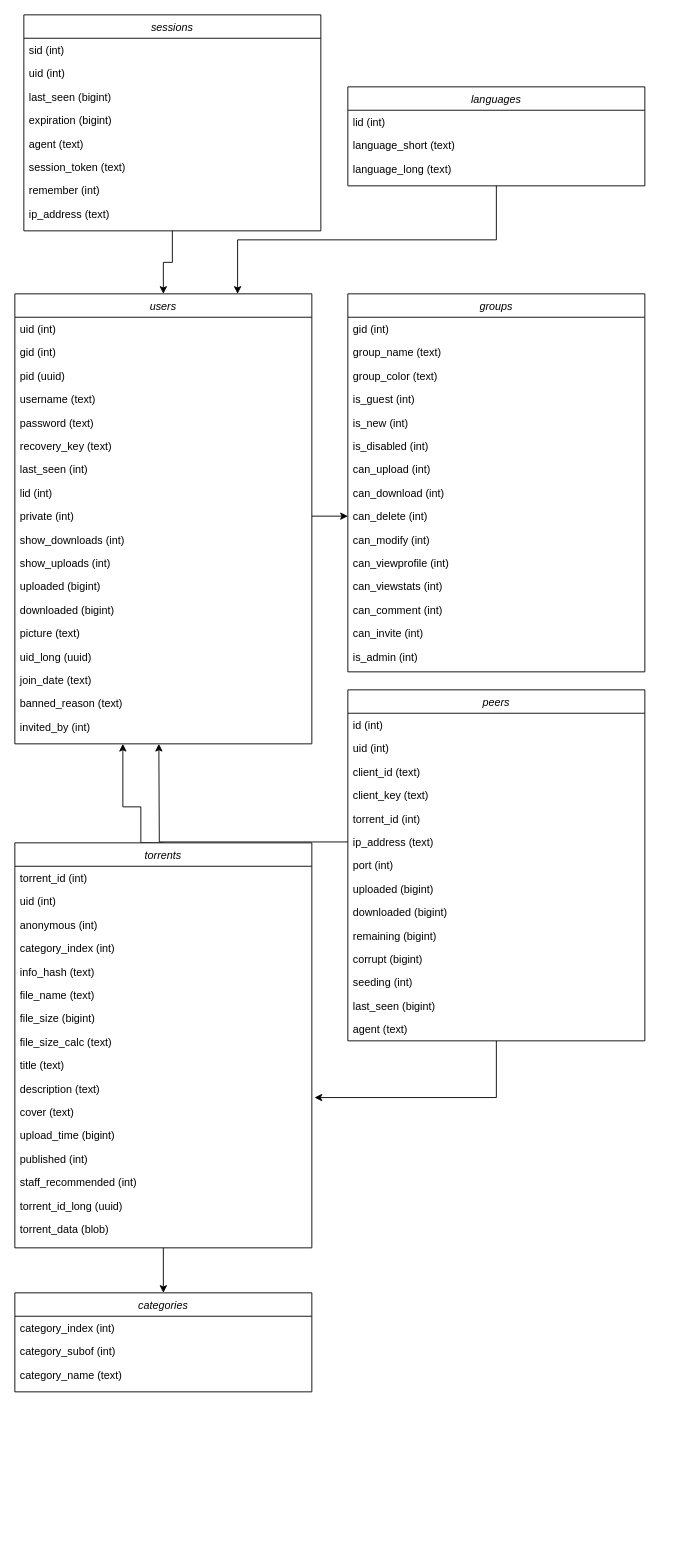
The draw.io diagram docs/diagrams/database_diagram.drawio in jackrdavies2023/jrd15_MP_AberDock_BitTorrent, before the edit. Source tidied: cells renumbered, new cells numbered last; positions are measured from the earlier drawing's top-left corner, leaving out a move shared by most shapes. Both pictures are drawn from the tidied source at 90%, with x=0, y=0 at pixel (14, 14).
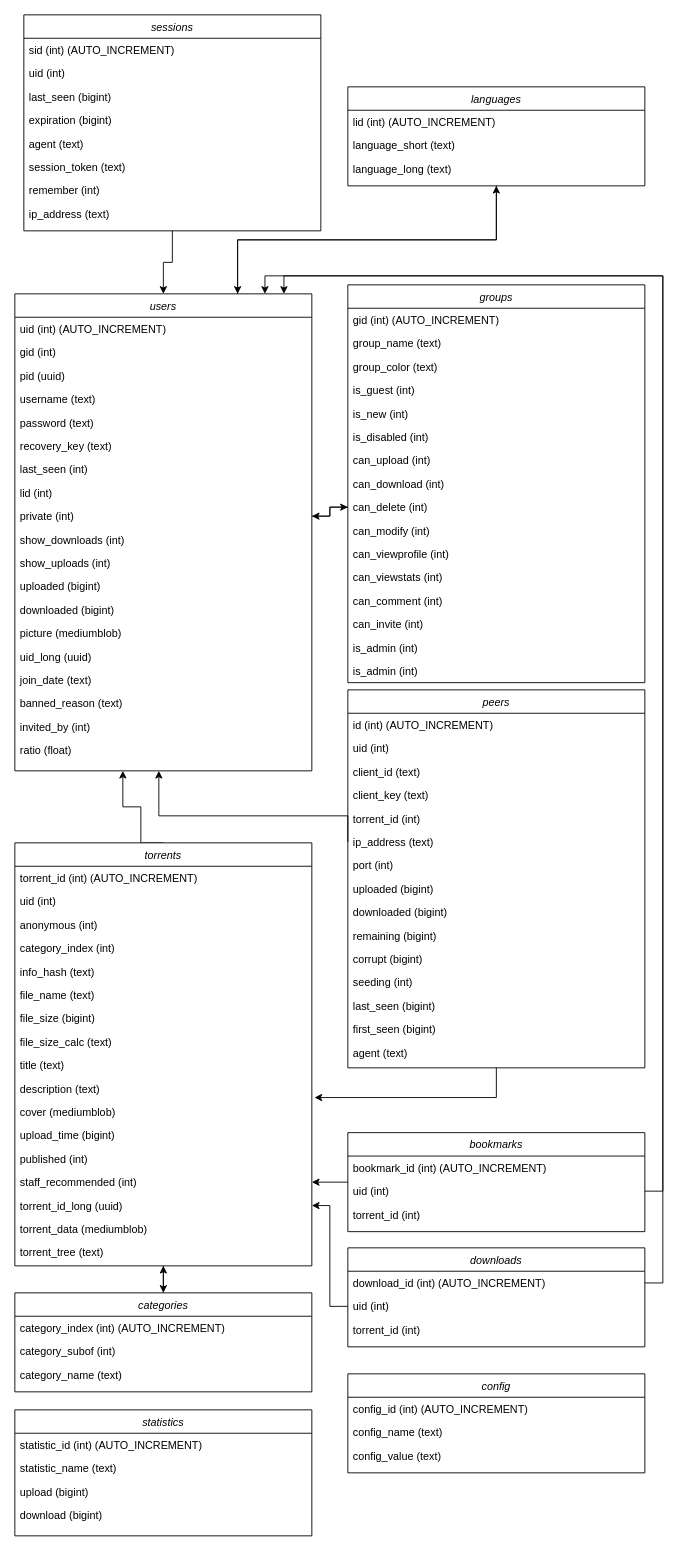
The same diagram, later.

Commit message (it also covers changes not shown here):
Update database diagram

Unchanged cells that the change refers to:
```xml
<mxCell id="11" value="private (int)" style="text;align=left;verticalAlign=top;spacingLeft=4;spacingRight=4;overflow=hidden;points=[[0,0.5],[1,0.5]];portConstraint=eastwest;rounded=0;shadow=0;html=0;" parent="2" vertex="1">
  <mxGeometry y="234" width="330" height="26" as="geometry" />
</mxCell>
<mxCell id="30" value="can_delete (int)" style="text;align=left;verticalAlign=top;spacingLeft=4;spacingRight=4;overflow=hidden;points=[[0,0.5],[1,0.5]];portConstraint=eastwest;rounded=0;shadow=0;html=0;" parent="21" vertex="1">
  <mxGeometry y="234" width="330" height="26" as="geometry" />
</mxCell>
<mxCell id="45" value="ip_address (text)" style="text;align=left;verticalAlign=top;spacingLeft=4;spacingRight=4;overflow=hidden;points=[[0,0.5],[1,0.5]];portConstraint=eastwest;rounded=0;shadow=0;html=0;" parent="39" vertex="1">
  <mxGeometry y="156" width="330" height="26" as="geometry" />
</mxCell>
<mxCell id="71" value="staff_recommended (int)" style="text;align=left;verticalAlign=top;spacingLeft=4;spacingRight=4;overflow=hidden;points=[[0,0.5],[1,0.5]];portConstraint=eastwest;rounded=0;shadow=0;html=0;" parent="57" vertex="1">
  <mxGeometry y="364" width="330" height="26" as="geometry" />
</mxCell>
<mxCell id="72" value="torrent_id_long (uuid)" style="text;align=left;verticalAlign=top;spacingLeft=4;spacingRight=4;overflow=hidden;points=[[0,0.5],[1,0.5]];portConstraint=eastwest;rounded=0;shadow=0;html=0;" parent="57" vertex="1">
  <mxGeometry y="390" width="330" height="26" as="geometry" />
</mxCell>
<mxCell id="75" value="sessions" style="swimlane;fontStyle=2;align=center;verticalAlign=top;horizontal=1;startSize=26;rounded=0;shadow=0;strokeWidth=1;" parent="1" vertex="1">
  <mxGeometry x="10" width="330" height="240" as="geometry" />
</mxCell>
<mxCell id="85" value="languages" style="swimlane;fontStyle=2;align=center;verticalAlign=top;horizontal=1;startSize=26;rounded=0;shadow=0;strokeWidth=1;" parent="1" vertex="1">
  <mxGeometry x="370" y="80" width="330" height="110" as="geometry" />
</mxCell>
<mxCell id="89" value="categories" style="swimlane;fontStyle=2;align=center;verticalAlign=top;horizontal=1;startSize=26;rounded=0;shadow=0;strokeWidth=1;" parent="1" vertex="1">
  <mxGeometry y="1420" width="330" height="110" as="geometry" />
</mxCell>
```

What changed in the source:
```diff
@@
+    <mxCell id="84" style="edgeStyle=orthogonalEdgeStyle;rounded=0;jettySize=auto;html=1;exitX=0.5;exitY=1;exitDx=0;exitDy=0;entryX=0.75;entryY=0;entryDx=0;entryDy=0;" parent="1" edge="1" source="85" target="2">
+      <mxGeometry relative="1" as="geometry" />
+    </mxCell>
     <mxCell id="2" value="users" style="swimlane;fontStyle=2;align=center;verticalAlign=top;horizontal=1;startSize=26;rounded=0;shadow=0;strokeWidth=1;" parent="1" vertex="1">
-      <mxGeometry y="310" width="330" height="500" as="geometry" />
+      <mxGeometry y="310" width="330" height="530" as="geometry" />
     </mxCell>
-    <mxCell id="3" value="uid (int)" style="text;align=left;verticalAlign=top;spacingLeft=4;spacingRight=4;overflow=hidden;" parent="2" vertex="1">
+    <mxCell id="3" value="uid (int) (AUTO_INCREMENT)" style="text;align=left;verticalAlign=top;spacingLeft=4;spacingRight=4;overflow=hidden;" parent="2" vertex="1">
       <mxGeometry y="26" width="330" height="26" as="geometry" />
     </mxCell>
@@
-    <mxCell id="16" value="picture (text)" style="text;align=left;verticalAlign=top;spacingLeft=4;spacingRight=4;overflow=hidden;rounded=0;shadow=0;html=0;" parent="2" vertex="1">
+    <mxCell id="16" value="picture (mediumblob)" style="text;align=left;verticalAlign=top;spacingLeft=4;spacingRight=4;overflow=hidden;rounded=0;shadow=0;html=0;" parent="2" vertex="1">
       <mxGeometry y="364" width="330" height="26" as="geometry" />
     </mxCell>
@@
+    <mxCell id="93" value="ratio (float)" style="text;align=left;verticalAlign=top;spacingLeft=4;spacingRight=4;overflow=hidden;rounded=0;shadow=0;html=0;" parent="2" vertex="1">
+      <mxGeometry y="494" width="330" height="26" as="geometry" />
+    </mxCell>
     <mxCell id="21" value="groups" style="swimlane;fontStyle=2;align=center;verticalAlign=top;horizontal=1;startSize=26;rounded=0;shadow=0;strokeWidth=1;" parent="1" vertex="1">
-      <mxGeometry x="370" y="310" width="330" height="420" as="geometry" />
+      <mxGeometry x="370" y="300" width="330" height="442" as="geometry" />
     </mxCell>
-    <mxCell id="22" value="gid (int)" style="text;align=left;verticalAlign=top;spacingLeft=4;spacingRight=4;overflow=hidden;rounded=0;shadow=0;html=0;" parent="21" vertex="1">
+    <mxCell id="22" value="gid (int) (AUTO_INCREMENT)" style="text;align=left;verticalAlign=top;spacingLeft=4;spacingRight=4;overflow=hidden;rounded=0;shadow=0;html=0;" parent="21" vertex="1">
       <mxGeometry y="26" width="330" height="26" as="geometry" />
     </mxCell>
@@
+    <mxCell id="94" value="is_admin (int)" style="text;align=left;verticalAlign=top;spacingLeft=4;spacingRight=4;overflow=hidden;rounded=0;shadow=0;html=0;" parent="21" vertex="1">
+      <mxGeometry y="416" width="330" height="26" as="geometry" />
+    </mxCell>
@@
     <mxCell id="39" value="peers" style="swimlane;fontStyle=2;align=center;verticalAlign=top;horizontal=1;startSize=26;rounded=0;shadow=0;strokeWidth=1;" parent="1" vertex="1">
-      <mxGeometry x="370" y="750" width="330" height="390" as="geometry" />
+      <mxGeometry x="370" y="750" width="330" height="420" as="geometry" />
     </mxCell>
-    <mxCell id="40" value="id (int)" style="text;align=left;verticalAlign=top;spacingLeft=4;spacingRight=4;overflow=hidden;rounded=0;shadow=0;html=0;" parent="39" vertex="1">
+    <mxCell id="40" value="id (int) (AUTO_INCREMENT)" style="text;align=left;verticalAlign=top;spacingLeft=4;spacingRight=4;overflow=hidden;rounded=0;shadow=0;html=0;" parent="39" vertex="1">
       <mxGeometry y="26" width="330" height="26" as="geometry" />
     </mxCell>
@@
-    <mxCell id="53" value="agent (text)" style="text;align=left;verticalAlign=top;spacingLeft=4;spacingRight=4;overflow=hidden;rounded=0;shadow=0;html=0;" parent="39" vertex="1">
+    <mxCell id="53" value="first_seen (bigint)" style="text;align=left;verticalAlign=top;spacingLeft=4;spacingRight=4;overflow=hidden;rounded=0;shadow=0;html=0;" parent="39" vertex="1">
       <mxGeometry y="364" width="330" height="26" as="geometry" />
     </mxCell>
+    <mxCell id="95" value="agent (text)" style="text;align=left;verticalAlign=top;spacingLeft=4;spacingRight=4;overflow=hidden;rounded=0;shadow=0;html=0;" parent="39" vertex="1">
+      <mxGeometry y="390" width="330" height="26" as="geometry" />
+    </mxCell>
     <mxCell id="54" style="edgeStyle=orthogonalEdgeStyle;rounded=0;jettySize=auto;html=1;exitX=0;exitY=0.5;exitDx=0;exitDy=0;" parent="1" edge="1" source="45">
       <mxGeometry relative="1" as="geometry">
-        <mxPoint x="160" y="810" as="targetPoint" />
+        <mxPoint x="160" y="840" as="targetPoint" />
+        <Array as="points">
+          <mxPoint x="370" y="890" />
+          <mxPoint x="160" y="890" />
+        </Array>
       </mxGeometry>
     </mxCell>
     <mxCell id="55" style="edgeStyle=orthogonalEdgeStyle;rounded=0;jettySize=auto;html=1;exitX=0.5;exitY=0;exitDx=0;exitDy=0;" parent="1" edge="1" source="57">
       <mxGeometry relative="1" as="geometry">
-        <mxPoint x="120" y="810" as="targetPoint" />
+        <mxPoint x="120" y="840" as="targetPoint" />
         <Array as="points">
           <mxPoint x="140" y="920" />
           <mxPoint x="140" y="880" />
           <mxPoint x="120" y="880" />
         </Array>
       </mxGeometry>
     </mxCell>
@@
     <mxCell id="57" value="torrents" style="swimlane;fontStyle=2;align=center;verticalAlign=top;horizontal=1;startSize=26;rounded=0;shadow=0;strokeWidth=1;" parent="1" vertex="1">
-      <mxGeometry y="920" width="330" height="450" as="geometry" />
+      <mxGeometry y="920" width="330" height="470" as="geometry" />
     </mxCell>
-    <mxCell id="58" value="torrent_id (int)" style="text;align=left;verticalAlign=top;spacingLeft=4;spacingRight=4;overflow=hidden;rounded=0;shadow=0;html=0;" parent="57" vertex="1">
+    <mxCell id="58" value="torrent_id (int) (AUTO_INCREMENT)" style="text;align=left;verticalAlign=top;spacingLeft=4;spacingRight=4;overflow=hidden;rounded=0;shadow=0;html=0;" parent="57" vertex="1">
       <mxGeometry y="26" width="330" height="26" as="geometry" />
     </mxCell>
@@
-    <mxCell id="68" value="cover (text)" style="text;align=left;verticalAlign=top;spacingLeft=4;spacingRight=4;overflow=hidden;points=[[0,0.5],[1,0.5]];portConstraint=eastwest;rounded=0;shadow=0;html=0;" parent="57" vertex="1">
+    <mxCell id="68" value="cover (mediumblob)" style="text;align=left;verticalAlign=top;spacingLeft=4;spacingRight=4;overflow=hidden;points=[[0,0.5],[1,0.5]];portConstraint=eastwest;rounded=0;shadow=0;html=0;" parent="57" vertex="1">
       <mxGeometry y="286" width="330" height="26" as="geometry" />
     </mxCell>
@@
-    <mxCell id="73" value="torrent_data (blob)" style="text;align=left;verticalAlign=top;spacingLeft=4;spacingRight=4;overflow=hidden;rounded=0;shadow=0;html=0;" parent="57" vertex="1">
+    <mxCell id="73" value="torrent_data (mediumblob)" style="text;align=left;verticalAlign=top;spacingLeft=4;spacingRight=4;overflow=hidden;rounded=0;shadow=0;html=0;" parent="57" vertex="1">
       <mxGeometry y="416" width="330" height="26" as="geometry" />
     </mxCell>
+    <mxCell id="96" value="torrent_tree (text)" style="text;align=left;verticalAlign=top;spacingLeft=4;spacingRight=4;overflow=hidden;rounded=0;shadow=0;html=0;" parent="57" vertex="1">
+      <mxGeometry y="442" width="330" height="26" as="geometry" />
+    </mxCell>
@@
-    <mxCell id="76" value="sid (int)" style="text;align=left;verticalAlign=top;spacingLeft=4;spacingRight=4;overflow=hidden;" parent="75" vertex="1">
+    <mxCell id="76" value="sid (int) (AUTO_INCREMENT)" style="text;align=left;verticalAlign=top;spacingLeft=4;spacingRight=4;overflow=hidden;" parent="75" vertex="1">
       <mxGeometry y="26" width="330" height="26" as="geometry" />
     </mxCell>
@@
-    <mxCell id="84" style="edgeStyle=orthogonalEdgeStyle;rounded=0;jettySize=auto;html=1;exitX=0.5;exitY=1;exitDx=0;exitDy=0;entryX=0.75;entryY=0;entryDx=0;entryDy=0;" parent="1" edge="1" source="85" target="2">
-      <mxGeometry relative="1" as="geometry" />
-    </mxCell>
+    <mxCell id="97" style="edgeStyle=orthogonalEdgeStyle;rounded=0;jettySize=auto;html=1;exitX=0.75;exitY=0;exitDx=0;exitDy=0;entryX=0.5;entryY=1;entryDx=0;entryDy=0;" parent="1" edge="1" source="2" target="85">
+      <mxGeometry relative="1" as="geometry" />
+    </mxCell>
@@
-    <mxCell id="86" value="lid (int)" style="text;align=left;verticalAlign=top;spacingLeft=4;spacingRight=4;overflow=hidden;" parent="85" vertex="1">
+    <mxCell id="86" value="lid (int) (AUTO_INCREMENT)" style="text;align=left;verticalAlign=top;spacingLeft=4;spacingRight=4;overflow=hidden;" parent="85" vertex="1">
       <mxGeometry y="26" width="330" height="26" as="geometry" />
     </mxCell>
@@
+    <mxCell id="98" style="edgeStyle=orthogonalEdgeStyle;rounded=0;jettySize=auto;html=1;exitX=0.5;exitY=0;exitDx=0;exitDy=0;entryX=0.5;entryY=1;entryDx=0;entryDy=0;" parent="1" edge="1" source="89" target="57">
+      <mxGeometry relative="1" as="geometry" />
+    </mxCell>
@@
-    <mxCell id="90" value="category_index (int)" style="text;align=left;verticalAlign=top;spacingLeft=4;spacingRight=4;overflow=hidden;rounded=0;shadow=0;html=0;" parent="89" vertex="1">
+    <mxCell id="90" value="category_index (int) (AUTO_INCREMENT)" style="text;align=left;verticalAlign=top;spacingLeft=4;spacingRight=4;overflow=hidden;rounded=0;shadow=0;html=0;" parent="89" vertex="1">
       <mxGeometry y="26" width="330" height="26" as="geometry" />
     </mxCell>
@@
+    <mxCell id="99" style="edgeStyle=orthogonalEdgeStyle;rounded=0;jettySize=auto;html=1;exitX=0;exitY=0.5;exitDx=0;exitDy=0;entryX=1;entryY=0.5;entryDx=0;entryDy=0;" parent="1" edge="1" source="30" target="11">
+      <mxGeometry relative="1" as="geometry" />
+    </mxCell>
+    <mxCell id="100" style="edgeStyle=orthogonalEdgeStyle;rounded=0;jettySize=auto;html=1;exitX=0;exitY=0.5;exitDx=0;exitDy=0;entryX=1;entryY=0.5;entryDx=0;entryDy=0;" parent="1" edge="1" source="101" target="71">
+      <mxGeometry relative="1" as="geometry" />
+    </mxCell>
+    <mxCell id="101" value="bookmarks" style="swimlane;fontStyle=2;align=center;verticalAlign=top;horizontal=1;startSize=26;rounded=0;shadow=0;strokeWidth=1;" parent="1" vertex="1">
+      <mxGeometry x="370" y="1242" width="330" height="110" as="geometry" />
+    </mxCell>
+    <mxCell id="102" value="bookmark_id (int) (AUTO_INCREMENT)" style="text;align=left;verticalAlign=top;spacingLeft=4;spacingRight=4;overflow=hidden;rounded=0;shadow=0;html=0;" parent="101" vertex="1">
+      <mxGeometry y="26" width="330" height="26" as="geometry" />
+    </mxCell>
+    <mxCell id="103" value="uid (int)" style="text;align=left;verticalAlign=top;spacingLeft=4;spacingRight=4;overflow=hidden;points=[[0,0.5],[1,0.5]];portConstraint=eastwest;rounded=0;shadow=0;html=0;" parent="101" vertex="1">
+      <mxGeometry y="52" width="330" height="26" as="geometry" />
+    </mxCell>
+    <mxCell id="104" value="torrent_id (int)" style="text;align=left;verticalAlign=top;spacingLeft=4;spacingRight=4;overflow=hidden;rounded=0;shadow=0;html=0;" parent="101" vertex="1">
+      <mxGeometry y="78" width="330" height="26" as="geometry" />
+    </mxCell>
+    <mxCell id="105" value="downloads" style="swimlane;fontStyle=2;align=center;verticalAlign=top;horizontal=1;startSize=26;rounded=0;shadow=0;strokeWidth=1;" parent="1" vertex="1">
+      <mxGeometry x="370" y="1370" width="330" height="110" as="geometry" />
+    </mxCell>
+    <mxCell id="106" value="download_id (int) (AUTO_INCREMENT)" style="text;align=left;verticalAlign=top;spacingLeft=4;spacingRight=4;overflow=hidden;points=[[0,0.5],[1,0.5]];portConstraint=eastwest;rounded=0;shadow=0;html=0;" parent="105" vertex="1">
+      <mxGeometry y="26" width="330" height="26" as="geometry" />
+    </mxCell>
+    <mxCell id="107" value="uid (int)" style="text;align=left;verticalAlign=top;spacingLeft=4;spacingRight=4;overflow=hidden;points=[[0,0.5],[1,0.5]];portConstraint=eastwest;rounded=0;shadow=0;html=0;" parent="105" vertex="1">
+      <mxGeometry y="52" width="330" height="26" as="geometry" />
+    </mxCell>
+    <mxCell id="108" value="torrent_id (int)" style="text;align=left;verticalAlign=top;spacingLeft=4;spacingRight=4;overflow=hidden;rounded=0;shadow=0;html=0;" parent="105" vertex="1">
+      <mxGeometry y="78" width="330" height="26" as="geometry" />
+    </mxCell>
+    <mxCell id="109" value="config" style="swimlane;fontStyle=2;align=center;verticalAlign=top;horizontal=1;startSize=26;rounded=0;shadow=0;strokeWidth=1;" parent="1" vertex="1">
+      <mxGeometry x="370" y="1510" width="330" height="110" as="geometry" />
+    </mxCell>
+    <mxCell id="110" value="config_id (int) (AUTO_INCREMENT)" style="text;align=left;verticalAlign=top;spacingLeft=4;spacingRight=4;overflow=hidden;rounded=0;shadow=0;html=0;" parent="109" vertex="1">
+      <mxGeometry y="26" width="330" height="26" as="geometry" />
+    </mxCell>
+    <mxCell id="111" value="config_name (text)" style="text;align=left;verticalAlign=top;spacingLeft=4;spacingRight=4;overflow=hidden;rounded=0;shadow=0;html=0;" parent="109" vertex="1">
+      <mxGeometry y="52" width="330" height="26" as="geometry" />
+    </mxCell>
+    <mxCell id="112" value="config_value (text)" style="text;align=left;verticalAlign=top;spacingLeft=4;spacingRight=4;overflow=hidden;rounded=0;shadow=0;html=0;" parent="109" vertex="1">
+      <mxGeometry y="78" width="330" height="26" as="geometry" />
+    </mxCell>
+    <mxCell id="113" style="edgeStyle=orthogonalEdgeStyle;rounded=0;jettySize=auto;html=1;exitX=0;exitY=0.5;exitDx=0;exitDy=0;entryX=1;entryY=0.5;entryDx=0;entryDy=0;" parent="1" edge="1" source="107" target="72">
+      <mxGeometry relative="1" as="geometry" />
+    </mxCell>
+    <mxCell id="114" style="edgeStyle=orthogonalEdgeStyle;rounded=0;jettySize=auto;html=1;exitX=1;exitY=0.5;exitDx=0;exitDy=0;entryX=0.842;entryY=0;entryDx=0;entryDy=0;entryPerimeter=0;" parent="1" edge="1" source="106" target="2">
+      <mxGeometry relative="1" as="geometry" />
+    </mxCell>
+    <mxCell id="115" style="edgeStyle=orthogonalEdgeStyle;rounded=0;jettySize=auto;html=1;exitX=1;exitY=0.5;exitDx=0;exitDy=0;entryX=0.906;entryY=0;entryDx=0;entryDy=0;entryPerimeter=0;" parent="1" edge="1" source="103" target="2">
+      <mxGeometry relative="1" as="geometry" />
+    </mxCell>
+    <mxCell id="116" value="statistics" style="swimlane;fontStyle=2;align=center;verticalAlign=top;horizontal=1;startSize=26;rounded=0;shadow=0;strokeWidth=1;" parent="1" vertex="1">
+      <mxGeometry y="1550" width="330" height="140" as="geometry" />
+    </mxCell>
+    <mxCell id="117" value="statistic_id (int) (AUTO_INCREMENT)" style="text;align=left;verticalAlign=top;spacingLeft=4;spacingRight=4;overflow=hidden;rounded=0;shadow=0;html=0;" parent="116" vertex="1">
+      <mxGeometry y="26" width="330" height="26" as="geometry" />
+    </mxCell>
+    <mxCell id="118" value="statistic_name (text)" style="text;align=left;verticalAlign=top;spacingLeft=4;spacingRight=4;overflow=hidden;rounded=0;shadow=0;html=0;" parent="116" vertex="1">
+      <mxGeometry y="52" width="330" height="26" as="geometry" />
+    </mxCell>
+    <mxCell id="119" value="upload (bigint)" style="text;align=left;verticalAlign=top;spacingLeft=4;spacingRight=4;overflow=hidden;rounded=0;shadow=0;html=0;" parent="116" vertex="1">
+      <mxGeometry y="78" width="330" height="26" as="geometry" />
+    </mxCell>
+    <mxCell id="120" value="download (bigint)" style="text;align=left;verticalAlign=top;spacingLeft=4;spacingRight=4;overflow=hidden;rounded=0;shadow=0;html=0;" parent="116" vertex="1">
+      <mxGeometry y="104" width="330" height="26" as="geometry" />
+    </mxCell>
```
